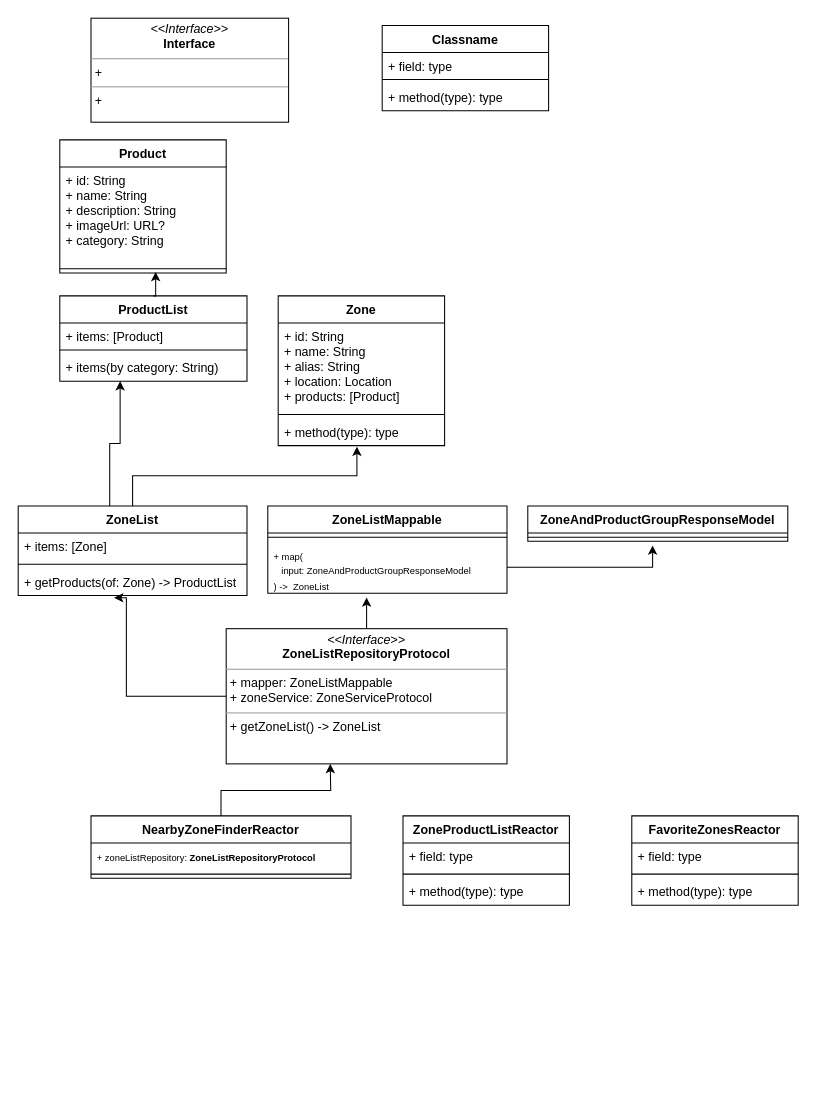
gookhee/diagrams keeps this draw.io diagram as Cars.drawio. Above is the earlier version. Source tidied: cells renumbered, new cells numbered last; positions are measured from the earlier drawing's top-left corner, leaving out a move shared by most shapes. Both pictures are drawn from the tidied source at 104%, with x=0, y=0 at pixel (18, 18).
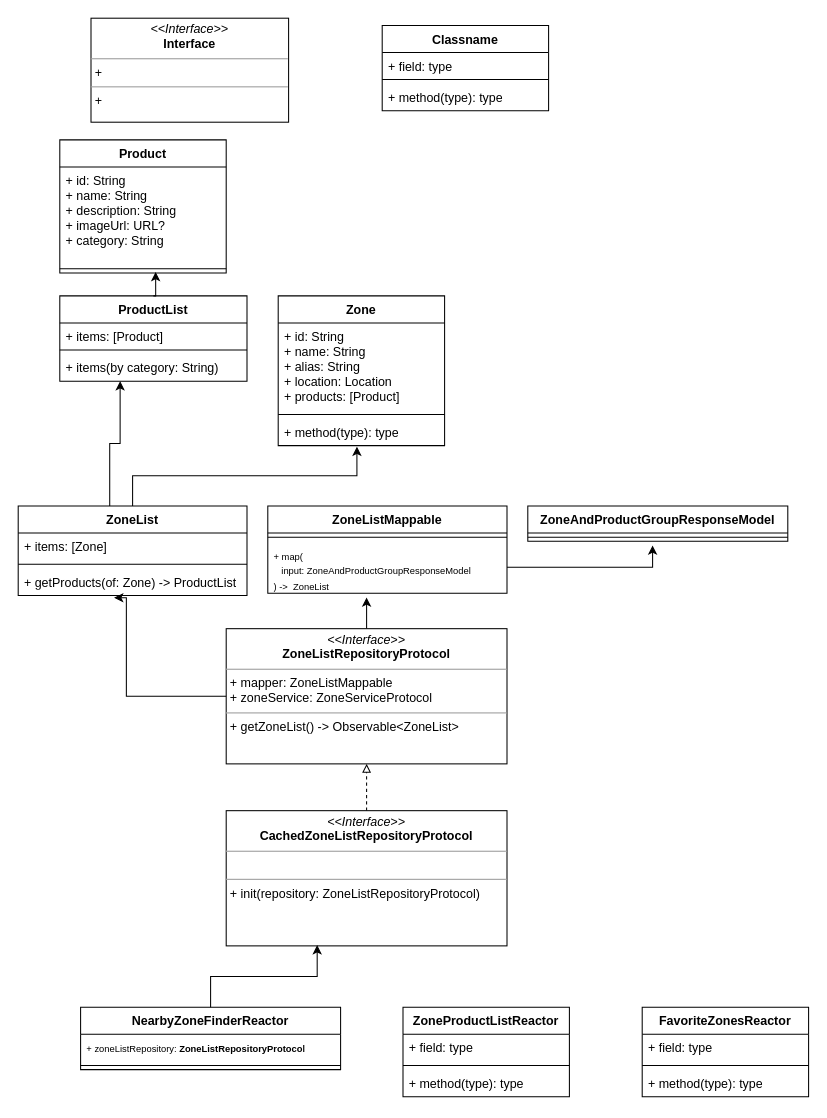
The same page after the edit.

The edit, as a diff of the source:
```diff
@@
-    <mxCell id="7" style="edgeStyle=orthogonalEdgeStyle;rounded=0;jettySize=auto;html=1;" parent="1" edge="1" source="8">
-      <mxGeometry relative="1" as="geometry">
-        <mxPoint x="300" y="717" as="targetPoint" />
-      </mxGeometry>
-    </mxCell>
     <mxCell id="8" value="NearbyZoneFinderReactor" style="swimlane;fontStyle=1;align=center;verticalAlign=top;horizontal=1;startSize=26;whiteSpace=wrap;html=1;" parent="1" vertex="1">
-      <mxGeometry x="70" y="767" width="250" height="60" as="geometry" />
+      <mxGeometry x="60" y="951" width="250" height="60" as="geometry" />
     </mxCell>
@@
     <mxCell id="11" value="ZoneProductListReactor" style="swimlane;fontStyle=1;align=center;verticalAlign=top;horizontal=1;startSize=26;whiteSpace=wrap;html=1;" parent="1" vertex="1">
-      <mxGeometry x="370" y="767" width="160" height="86" as="geometry" />
+      <mxGeometry x="370" y="951" width="160" height="86" as="geometry" />
     </mxCell>
@@
     <mxCell id="15" value="FavoriteZonesReactor" style="swimlane;fontStyle=1;align=center;verticalAlign=top;horizontal=1;startSize=26;whiteSpace=wrap;html=1;" parent="1" vertex="1">
-      <mxGeometry x="590" y="767" width="160" height="86" as="geometry" />
+      <mxGeometry x="600" y="951" width="160" height="86" as="geometry" />
     </mxCell>
@@
-    <mxCell id="22" value="&lt;p style=&quot;margin:0px;margin-top:4px;text-align:center;&quot;&gt;&lt;i&gt;&amp;lt;&amp;lt;Interface&amp;gt;&amp;gt;&lt;/i&gt;&lt;br&gt;&lt;b&gt;ZoneListRepositoryProtocol&lt;/b&gt;&lt;/p&gt;&lt;hr size=&quot;1&quot;&gt;&lt;p style=&quot;margin:0px;margin-left:4px;&quot;&gt;+ mapper: ZoneListMappable&lt;/p&gt;&lt;p style=&quot;margin:0px;margin-left:4px;&quot;&gt;+ zoneService: ZoneServiceProtocol&lt;br&gt;&lt;/p&gt;&lt;hr size=&quot;1&quot;&gt;&lt;p style=&quot;margin:0px;margin-left:4px;&quot;&gt;+ getZoneList() -&amp;gt; ZoneList&lt;br&gt;&lt;/p&gt;&lt;p style=&quot;margin:0px;margin-left:4px;&quot;&gt;&lt;br&gt;&lt;/p&gt;" style="verticalAlign=top;align=left;overflow=fill;fontSize=12;fontFamily=Helvetica;html=1;whiteSpace=wrap;" parent="1" vertex="1">
+    <mxCell id="22" value="&lt;p style=&quot;margin:0px;margin-top:4px;text-align:center;&quot;&gt;&lt;i&gt;&amp;lt;&amp;lt;Interface&amp;gt;&amp;gt;&lt;/i&gt;&lt;br&gt;&lt;b&gt;ZoneListRepositoryProtocol&lt;/b&gt;&lt;/p&gt;&lt;hr size=&quot;1&quot;&gt;&lt;p style=&quot;margin:0px;margin-left:4px;&quot;&gt;+ mapper: ZoneListMappable&lt;/p&gt;&lt;p style=&quot;margin:0px;margin-left:4px;&quot;&gt;+ zoneService: ZoneServiceProtocol&lt;br&gt;&lt;/p&gt;&lt;hr size=&quot;1&quot;&gt;&lt;p style=&quot;margin:0px;margin-left:4px;&quot;&gt;+ getZoneList() -&amp;gt; Observable&amp;lt;ZoneList&amp;gt;&lt;br&gt;&lt;/p&gt;&lt;p style=&quot;margin:0px;margin-left:4px;&quot;&gt;&lt;br&gt;&lt;/p&gt;" style="verticalAlign=top;align=left;overflow=fill;fontSize=12;fontFamily=Helvetica;html=1;whiteSpace=wrap;" parent="1" vertex="1">
       <mxGeometry x="200" y="587" width="270" height="130" as="geometry" />
     </mxCell>
@@
+    <mxCell id="46" style="edgeStyle=orthogonalEdgeStyle;rounded=0;jettySize=auto;html=1;entryX=0.5;entryY=1;entryDx=0;entryDy=0;dashed=1;endArrow=block;endFill=0;" parent="1" edge="1" source="47" target="22">
+      <mxGeometry relative="1" as="geometry" />
+    </mxCell>
+    <mxCell id="47" value="&lt;p style=&quot;margin:0px;margin-top:4px;text-align:center;&quot;&gt;&lt;i&gt;&amp;lt;&amp;lt;Interface&amp;gt;&amp;gt;&lt;/i&gt;&lt;br&gt;&lt;b&gt;CachedZoneListRepositoryProtocol&lt;/b&gt;&lt;/p&gt;&lt;hr size=&quot;1&quot;&gt;&lt;p style=&quot;margin:0px;margin-left:4px;&quot;&gt;&lt;br&gt;&lt;/p&gt;&lt;hr size=&quot;1&quot;&gt;&lt;p style=&quot;margin:0px;margin-left:4px;&quot;&gt;+ init(repository: ZoneListRepositoryProtocol)&lt;br&gt;&lt;/p&gt;&lt;p style=&quot;margin:0px;margin-left:4px;&quot;&gt;&lt;br&gt;&lt;/p&gt;" style="verticalAlign=top;align=left;overflow=fill;fontSize=12;fontFamily=Helvetica;html=1;whiteSpace=wrap;" parent="1" vertex="1">
+      <mxGeometry x="200" y="762" width="270" height="130" as="geometry" />
+    </mxCell>
+    <mxCell id="48" style="edgeStyle=orthogonalEdgeStyle;rounded=0;jettySize=auto;html=1;entryX=0.324;entryY=0.994;entryDx=0;entryDy=0;entryPerimeter=0;" parent="1" edge="1" source="8" target="47">
+      <mxGeometry relative="1" as="geometry" />
+    </mxCell>
```
